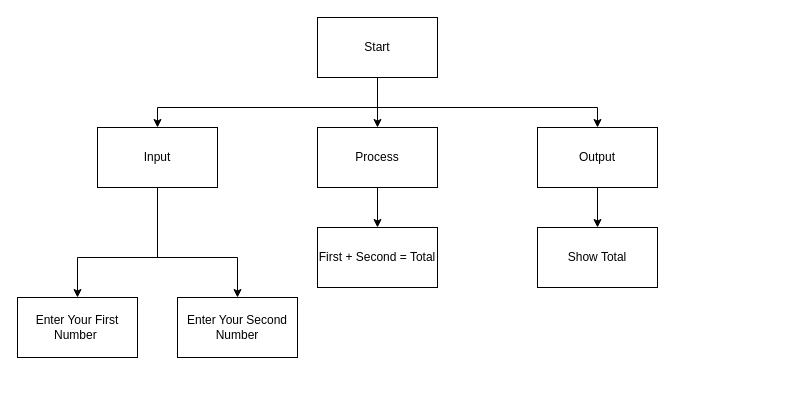
Earlier version of the draw.io diagram TopDown.Drawio (JacksonNaufal/ICS3u-Unit3-02-Python). Source tidied: cells renumbered, new cells numbered last; positions are measured from the earlier drawing's top-left corner, leaving out a move shared by most shapes. Both pictures are drawn from the tidied source at 100%, with x=0, y=0 at pixel (17, 17).
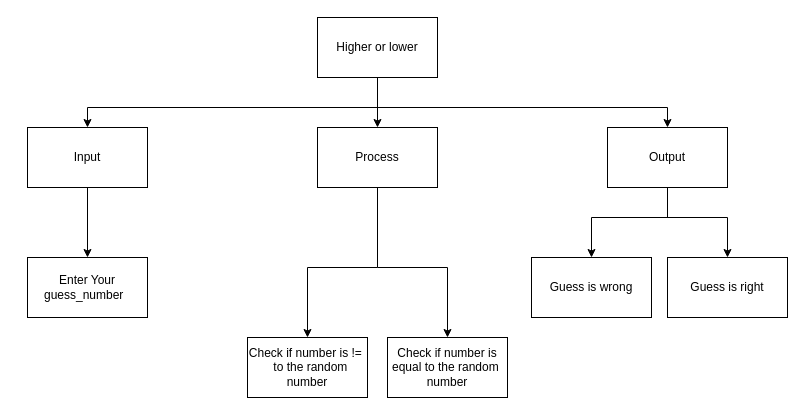
The same diagram, later.

Commit message (it also covers changes not shown here):
Flowchart and Topdown

Unchanged cells that the change refers to:
```xml
<mxCell id="8" value="Process" style="rounded=0;whiteSpace=wrap;html=1;" parent="1" vertex="1">
  <mxGeometry x="300" y="110" width="120" height="60" as="geometry" />
</mxCell>
```

Diff of the diagram source:
```diff
@@
     <mxCell id="3" style="edgeStyle=none;rounded=0;html=1;entryX=0.5;entryY=0;entryDx=0;entryDy=0;" parent="1" edge="1" target="6">
       <mxGeometry relative="1" as="geometry">
         <mxPoint x="360" y="90" as="sourcePoint" />
         <Array as="points">
-          <mxPoint x="140" y="90" />
+          <mxPoint x="70" y="90" />
         </Array>
       </mxGeometry>
     </mxCell>
     <mxCell id="4" style="edgeStyle=none;rounded=0;html=1;entryX=0.5;entryY=0;entryDx=0;entryDy=0;" parent="1" edge="1" target="10">
       <mxGeometry relative="1" as="geometry">
         <mxPoint x="360" y="90" as="sourcePoint" />
         <Array as="points">
-          <mxPoint x="580" y="90" />
+          <mxPoint x="650" y="90" />
         </Array>
       </mxGeometry>
     </mxCell>
-    <mxCell id="5" value="Start" style="rounded=0;whiteSpace=wrap;html=1;" parent="1" vertex="1">
+    <mxCell id="5" value="Higher or lower" style="rounded=0;whiteSpace=wrap;html=1;" parent="1" vertex="1">
       <mxGeometry x="300" width="120" height="60" as="geometry" />
     </mxCell>
+    <mxCell id="19" style="edgeStyle=none;html=1;" parent="1" edge="1" source="6" target="11">
+      <mxGeometry relative="1" as="geometry" />
+    </mxCell>
     <mxCell id="6" value="Input" style="rounded=0;whiteSpace=wrap;html=1;" parent="1" vertex="1">
-      <mxGeometry x="80" y="110" width="120" height="60" as="geometry" />
+      <mxGeometry x="10" y="110" width="120" height="60" as="geometry" />
     </mxCell>
-    <mxCell id="7" style="edgeStyle=none;rounded=0;html=1;entryX=0.5;entryY=0;entryDx=0;entryDy=0;" parent="1" edge="1" source="8" target="13">
-      <mxGeometry relative="1" as="geometry" />
-    </mxCell>
+    <mxCell id="20" style="edgeStyle=none;html=1;endArrow=none;endFill=0;" parent="1" edge="1" source="8">
+      <mxGeometry relative="1" as="geometry">
+        <mxPoint x="360" y="250" as="targetPoint" />
+      </mxGeometry>
+    </mxCell>
+    <mxCell id="21" style="edgeStyle=none;html=1;entryX=0.5;entryY=0;entryDx=0;entryDy=0;endArrow=classic;endFill=1;rounded=0;" parent="1" edge="1" target="13">
+      <mxGeometry relative="1" as="geometry">
+        <mxPoint x="360" y="250" as="sourcePoint" />
+        <Array as="points">
+          <mxPoint x="290" y="250" />
+        </Array>
+      </mxGeometry>
+    </mxCell>
+    <mxCell id="22" style="edgeStyle=none;rounded=0;html=1;entryX=0.5;entryY=0;entryDx=0;entryDy=0;endArrow=classic;endFill=1;" parent="1" edge="1" target="24">
+      <mxGeometry relative="1" as="geometry">
+        <mxPoint x="360" y="250" as="sourcePoint" />
+        <Array as="points">
+          <mxPoint x="430" y="250" />
+        </Array>
+      </mxGeometry>
+    </mxCell>
@@
-    <mxCell id="9" style="edgeStyle=none;rounded=0;html=1;" parent="1" edge="1" source="10" target="14">
-      <mxGeometry relative="1" as="geometry" />
+    <mxCell id="9" style="edgeStyle=none;rounded=0;html=1;entryX=0.5;entryY=0;entryDx=0;entryDy=0;" parent="1" edge="1" target="14">
+      <mxGeometry relative="1" as="geometry">
+        <mxPoint x="574" y="200" as="sourcePoint" />
+      </mxGeometry>
     </mxCell>
+    <mxCell id="23" style="edgeStyle=none;rounded=0;html=1;endArrow=classic;endFill=1;" parent="1" edge="1" target="25">
+      <mxGeometry relative="1" as="geometry">
+        <mxPoint x="710" y="200" as="sourcePoint" />
+      </mxGeometry>
+    </mxCell>
     <mxCell id="10" value="Output" style="rounded=0;whiteSpace=wrap;html=1;" parent="1" vertex="1">
-      <mxGeometry x="520" y="110" width="120" height="60" as="geometry" />
+      <mxGeometry x="590" y="110" width="120" height="60" as="geometry" />
     </mxCell>
-    <mxCell id="11" value="Enter Your First Number&amp;nbsp;" style="rounded=0;whiteSpace=wrap;html=1;" parent="1" vertex="1">
-      <mxGeometry y="280" width="120" height="60" as="geometry" />
+    <mxCell id="11" value="Enter Your guess_number&amp;nbsp;&amp;nbsp;" style="rounded=0;whiteSpace=wrap;html=1;" parent="1" vertex="1">
+      <mxGeometry x="10" y="240" width="120" height="60" as="geometry" />
     </mxCell>
-    <mxCell id="12" value="Enter Your Second Number" style="rounded=0;whiteSpace=wrap;html=1;" parent="1" vertex="1">
-      <mxGeometry x="160" y="280" width="120" height="60" as="geometry" />
-    </mxCell>
-    <mxCell id="13" value="First + Second = Total" style="rounded=0;whiteSpace=wrap;html=1;" parent="1" vertex="1">
-      <mxGeometry x="300" y="210" width="120" height="60" as="geometry" />
+    <mxCell id="13" value="Check if number is !=&amp;nbsp; &amp;nbsp; to the random number" style="rounded=0;whiteSpace=wrap;html=1;" parent="1" vertex="1">
+      <mxGeometry x="230" y="320" width="120" height="60" as="geometry" />
     </mxCell>
-    <mxCell id="14" value="Show Total" style="rounded=0;whiteSpace=wrap;html=1;" parent="1" vertex="1">
-      <mxGeometry x="520" y="210" width="120" height="60" as="geometry" />
+    <mxCell id="14" value="Guess is wrong" style="rounded=0;whiteSpace=wrap;html=1;" parent="1" vertex="1">
+      <mxGeometry x="514" y="240" width="120" height="60" as="geometry" />
     </mxCell>
-    <mxCell id="15" style="endArrow=none;html=1;rounded=0;exitX=0.5;exitY=1;exitDx=0;exitDy=0;" parent="1" edge="1" source="6">
-      <mxGeometry relative="1" as="geometry">
-        <mxPoint x="140" y="240" as="targetPoint" />
-      </mxGeometry>
-    </mxCell>
-    <mxCell id="16" style="endArrow=classic;html=1;rounded=0;entryX=0.5;entryY=0;entryDx=0;entryDy=0;" parent="1" edge="1" target="12">
-      <mxGeometry relative="1" as="geometry">
-        <mxPoint x="220" y="240" as="sourcePoint" />
-      </mxGeometry>
-    </mxCell>
-    <mxCell id="17" style="endArrow=classic;html=1;rounded=0;entryX=0.5;entryY=0;entryDx=0;entryDy=0;" parent="1" edge="1" target="11">
-      <mxGeometry relative="1" as="geometry">
-        <mxPoint x="60" y="240" as="sourcePoint" />
-      </mxGeometry>
-    </mxCell>
-    <mxCell id="18" style="endArrow=none;html=1;rounded=0;" parent="1" edge="1">
-      <mxGeometry relative="1" as="geometry">
-        <mxPoint x="60" y="240" as="sourcePoint" />
-        <mxPoint x="220" y="240" as="targetPoint" />
-      </mxGeometry>
-    </mxCell>
+    <mxCell id="24" value="Check if number is equal to the random&amp;nbsp;&lt;br&gt;number" style="rounded=0;whiteSpace=wrap;html=1;" parent="1" vertex="1">
+      <mxGeometry x="370" y="320" width="120" height="60" as="geometry" />
+    </mxCell>
+    <mxCell id="25" value="Guess is right" style="rounded=0;whiteSpace=wrap;html=1;" parent="1" vertex="1">
+      <mxGeometry x="650" y="240" width="120" height="60" as="geometry" />
+    </mxCell>
+    <mxCell id="26" style="endArrow=none;html=1;rounded=0;exitX=0.5;exitY=1;exitDx=0;exitDy=0;" parent="1" edge="1" source="10">
+      <mxGeometry relative="1" as="geometry">
+        <mxPoint x="650" y="200" as="targetPoint" />
+      </mxGeometry>
+    </mxCell>
+    <mxCell id="27" style="endArrow=none;html=1;rounded=0;" parent="1" edge="1">
+      <mxGeometry relative="1" as="geometry">
+        <mxPoint x="710" y="200" as="sourcePoint" />
+        <mxPoint x="574" y="200" as="targetPoint" />
+      </mxGeometry>
+    </mxCell>
```
